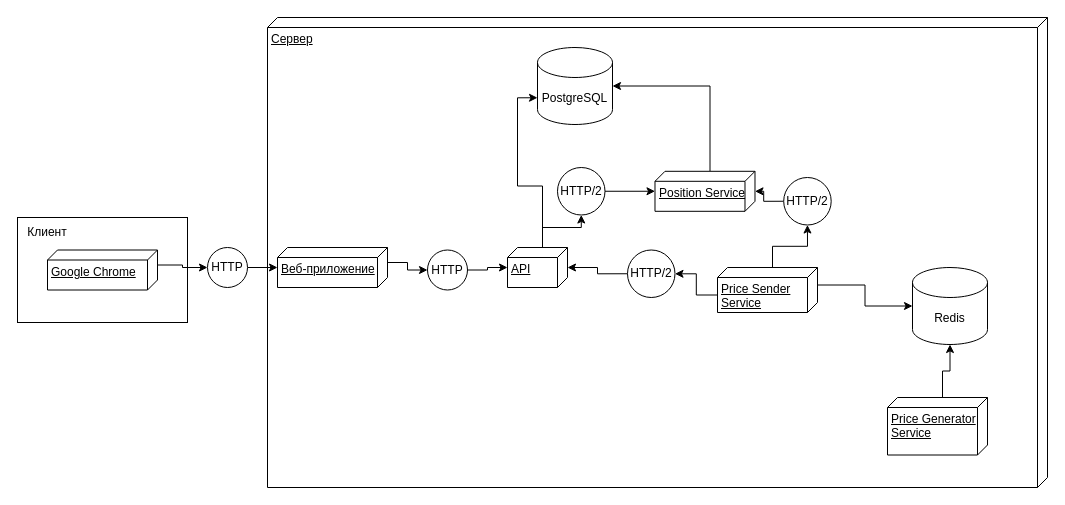
This is Диаграмма развертывания.drawio from DarkReduX/Diagrams-for-projects, a draw.io file, before an edit. Source tidied: cells renumbered, new cells numbered last; positions are measured from the earlier drawing's top-left corner, leaving out a move shared by most shapes. Both pictures are drawn from the tidied source at 100%, with x=0, y=0 at pixel (17, 17).
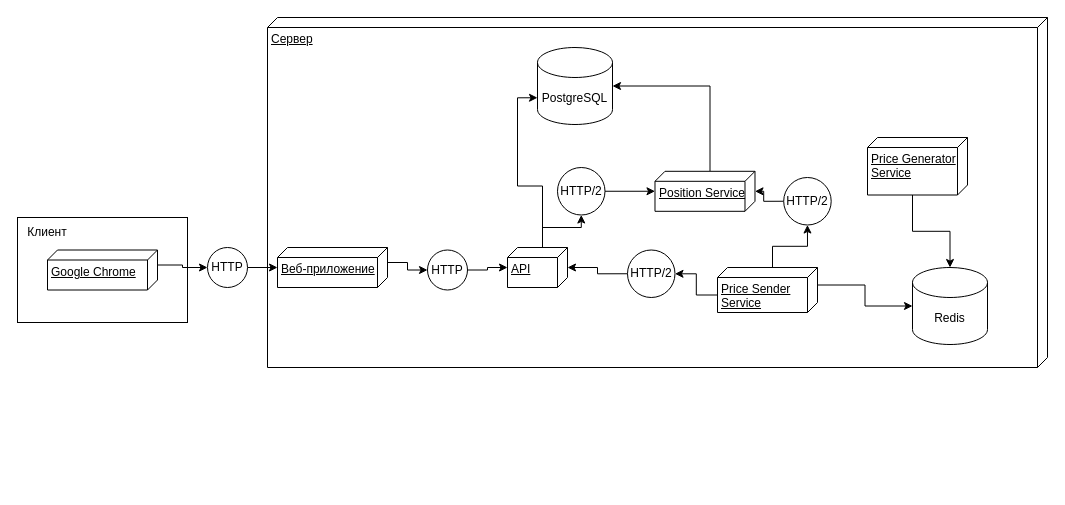
After the change.

Unchanged cells that the change refers to:
```xml
<mxCell id="27" value="Redis" style="shape=cylinder3;whiteSpace=wrap;html=1;boundedLbl=1;backgroundOutline=1;size=15;rounded=0;" parent="1" vertex="1">
  <mxGeometry x="895" y="250" width="75" height="77" as="geometry" />
</mxCell>
```

Diff of the diagram source:
```diff
@@
     <mxCell id="2" value="Сервер" style="verticalAlign=top;align=left;spacingTop=8;spacingLeft=2;spacingRight=12;shape=cube;size=10;direction=south;fontStyle=4;html=1;" parent="1" vertex="1">
-      <mxGeometry x="250" width="780" height="470" as="geometry" />
+      <mxGeometry x="250" width="780" height="350" as="geometry" />
     </mxCell>
@@
-    <mxCell id="21" style="edgeStyle=orthogonalEdgeStyle;rounded=0;jettySize=auto;html=1;exitX=0;exitY=0;exitDx=0;exitDy=45;exitPerimeter=0;" parent="1" edge="1" source="22" target="27">
+    <mxCell id="21" style="edgeStyle=orthogonalEdgeStyle;rounded=0;jettySize=auto;html=1;exitX=0;exitY=0;exitDx=57.5;exitDy=55;exitPerimeter=0;" parent="1" edge="1" source="22" target="27">
       <mxGeometry relative="1" as="geometry" />
     </mxCell>
     <mxCell id="22" value="Price Generator&lt;br&gt;Service" style="verticalAlign=top;align=left;spacingTop=8;spacingLeft=2;spacingRight=12;shape=cube;size=10;direction=south;fontStyle=4;html=1;" parent="1" vertex="1">
-      <mxGeometry x="870" y="380" width="100" height="57.5" as="geometry" />
+      <mxGeometry x="850" y="120" width="100" height="57.5" as="geometry" />
     </mxCell>
```
